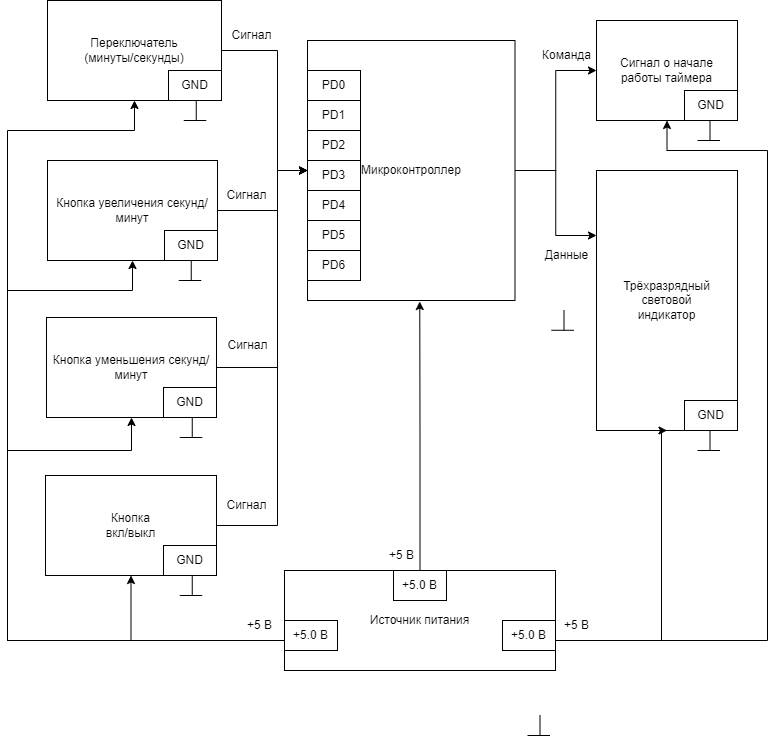
This is Схемыч!!!.png from IlyaFedoseev227/LABS-PNRPU-IVT-22-1b, a draw.io export, as it was before one commit. Source tidied: cells renumbered, new cells last; positions are measured from the earlier drawing's top-left corner, leaving out a move shared by most shapes.
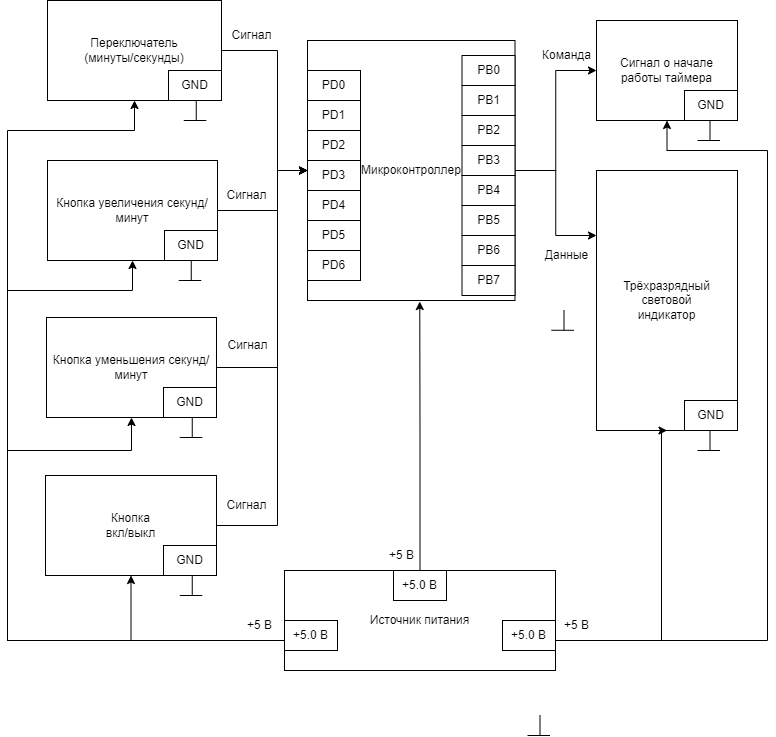
Later version of the same file.

The edit, as a diff of the source:
```diff
@@ -299,5 +299,29 @@
     <mxCell id="63" value="PD6" style="rounded=0;whiteSpace=wrap;html=1;" parent="1" vertex="1">
       <mxGeometry x="300" y="250" width="53" height="30" as="geometry" />
     </mxCell>
+    <mxCell id="64" value="PB0" style="rounded=0;whiteSpace=wrap;html=1;" parent="1" vertex="1">
+      <mxGeometry x="454.5" y="55" width="53" height="30" as="geometry" />
+    </mxCell>
+    <mxCell id="65" value="PB1" style="rounded=0;whiteSpace=wrap;html=1;" parent="1" vertex="1">
+      <mxGeometry x="454.5" y="85" width="53" height="30" as="geometry" />
+    </mxCell>
+    <mxCell id="66" value="PB2" style="rounded=0;whiteSpace=wrap;html=1;" parent="1" vertex="1">
+      <mxGeometry x="454.5" y="115" width="53" height="30" as="geometry" />
+    </mxCell>
+    <mxCell id="67" value="PB3" style="rounded=0;whiteSpace=wrap;html=1;" parent="1" vertex="1">
+      <mxGeometry x="454.5" y="145" width="53" height="30" as="geometry" />
+    </mxCell>
+    <mxCell id="68" value="PB4" style="rounded=0;whiteSpace=wrap;html=1;" parent="1" vertex="1">
+      <mxGeometry x="454.5" y="175" width="53" height="30" as="geometry" />
+    </mxCell>
+    <mxCell id="69" value="PB5" style="rounded=0;whiteSpace=wrap;html=1;" parent="1" vertex="1">
+      <mxGeometry x="454.5" y="205" width="53" height="30" as="geometry" />
+    </mxCell>
+    <mxCell id="70" value="PB6" style="rounded=0;whiteSpace=wrap;html=1;" parent="1" vertex="1">
+      <mxGeometry x="454.5" y="235" width="53" height="30" as="geometry" />
+    </mxCell>
+    <mxCell id="71" value="PB7" style="rounded=0;whiteSpace=wrap;html=1;" parent="1" vertex="1">
+      <mxGeometry x="454.5" y="265" width="53" height="30" as="geometry" />
+    </mxCell>
   </root>
 </mxGraphModel>
```
